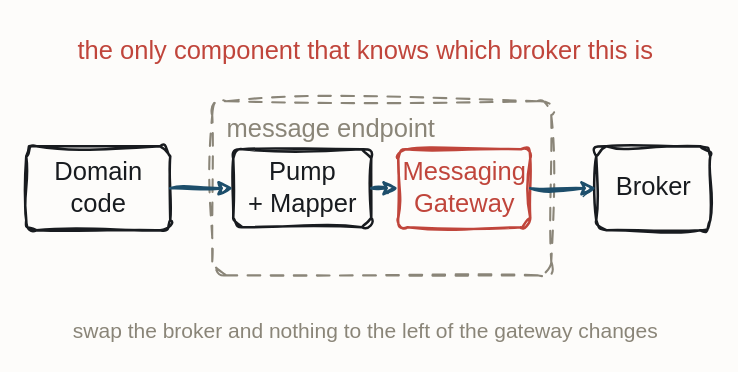
iancooper/practical-messaging keeps this draw.io diagram as resources/eip-messaging-gateway.drawio. Above is the earlier version. Source tidied: cells renumbered, new cells numbered last; positions are measured from the earlier drawing's top-left corner, leaving out a move shared by most shapes. Both pictures are drawn from the tidied source at 150%, with x=0, y=0 at pixel (26, 26).
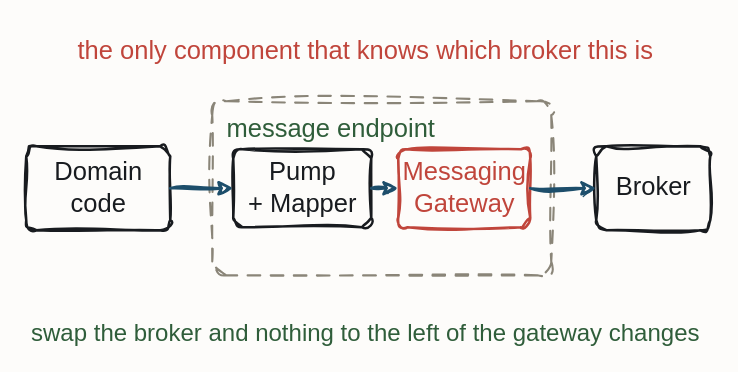
Above is the later version.

Change to the diagram source:
```diff
@@
 <mxGraphModel background="#FDFCFA">
   <root>
     <mxCell id="0" />
     <mxCell id="1" parent="0" />
-    <mxCell id="2" value="message endpoint" style="sketch=1;hachureGap=4;jiggle=2;curveFitting=1;fontFamily=Caveat;html=1;rounded=1;arcSize=8;verticalAlign=top;align=left;spacingLeft=8;spacingTop=2;fillColor=none;strokeColor=#8A8578;strokeWidth=1.4;fontColor=#8A8578;fontSize=17;dashed=1;dashPattern=6 5;" parent="1" vertex="1">
+    <mxCell id="2" value="message endpoint" style="sketch=1;hachureGap=4;jiggle=2;curveFitting=1;fontFamily=Caveat;html=1;rounded=1;arcSize=8;verticalAlign=top;align=left;spacingLeft=8;spacingTop=2;fillColor=none;strokeColor=#8A8578;strokeWidth=1.4;fontColor=#2F5D3A;fontSize=17;dashed=1;dashPattern=6 5;" parent="1" vertex="1">
       <mxGeometry x="124" y="50" width="226" height="116" as="geometry" />
     </mxCell>
     <mxCell id="3" value="Domain&#10;code" style="sketch=1;hachureGap=4;jiggle=2;curveFitting=1;fontFamily=Caveat;html=1;rounded=1;arcSize=12;strokeColor=#181B1F;strokeWidth=1.7;fillColor=none;fontColor=#181B1F;fontSize=17;" parent="1" vertex="1">
       <mxGeometry y="80" width="96" height="56" as="geometry" />
     </mxCell>
     <mxCell id="4" value="Pump&#10;+ Mapper" style="sketch=1;hachureGap=4;jiggle=2;curveFitting=1;fontFamily=Caveat;html=1;rounded=1;arcSize=12;strokeColor=#181B1F;strokeWidth=1.7;fillColor=none;fontColor=#181B1F;fontSize=17;" parent="1" vertex="1">
       <mxGeometry x="138" y="82" width="92" height="52" as="geometry" />
     </mxCell>
     <mxCell id="5" value="Messaging&#10;Gateway" style="sketch=1;hachureGap=4;jiggle=2;curveFitting=1;fontFamily=Caveat;html=1;rounded=1;arcSize=12;strokeColor=#C0453B;strokeWidth=1.7;fillColor=none;fontColor=#C0453B;fontSize=17;" parent="1" vertex="1">
       <mxGeometry x="248" y="82" width="88" height="52" as="geometry" />
     </mxCell>
     <mxCell id="6" value="Broker" style="sketch=1;hachureGap=4;jiggle=2;curveFitting=1;fontFamily=Caveat;html=1;rounded=1;arcSize=12;strokeColor=#181B1F;strokeWidth=1.7;fillColor=none;fontColor=#181B1F;fontSize=17;" parent="1" vertex="1">
       <mxGeometry x="380" y="80" width="76" height="56" as="geometry" />
     </mxCell>
     <mxCell id="7" value="the only component that knows which broker this is" style="text;html=1;align=center;fontFamily=Caveat;fontSize=17;fontColor=#C0453B;" parent="1" vertex="1">
       <mxGeometry x="166" width="120" height="20" as="geometry" />
     </mxCell>
-    <mxCell id="8" value="swap the broker and nothing to the left of the gateway changes" style="text;html=1;align=center;fontFamily=Caveat;fontSize=14;fontColor=#8A8578;" parent="1" vertex="1">
+    <mxCell id="8" value="swap the broker and nothing to the left of the gateway changes" style="text;html=1;align=center;fontFamily=Caveat;fontSize=16;fontColor=#2F5D3A;" parent="1" vertex="1">
       <mxGeometry x="166" y="188" width="120" height="20" as="geometry" />
     </mxCell>
     <mxCell id="9" style="sketch=1;jiggle=2;curveFitting=1;edgeStyle=none;rounded=0;strokeColor=#1D4E6B;strokeWidth=1.8;fontFamily=Caveat;fontSize=17;fontColor=#1D4E6B;html=1;exitX=1.0;exitY=0.5;exitDx=0;exitDy=0;entryX=0.0;entryY=0.5;entryDx=0;entryDy=0;" parent="1" edge="1" source="3" target="4">
       <mxGeometry relative="1" as="geometry" />
     </mxCell>
     <mxCell id="10" style="sketch=1;jiggle=2;curveFitting=1;edgeStyle=none;rounded=0;strokeColor=#1D4E6B;strokeWidth=1.8;fontFamily=Caveat;fontSize=17;fontColor=#1D4E6B;html=1;exitX=1.0;exitY=0.5;exitDx=0;exitDy=0;entryX=0.0;entryY=0.5;entryDx=0;entryDy=0;" parent="1" edge="1" source="4" target="5">
       <mxGeometry relative="1" as="geometry" />
     </mxCell>
     <mxCell id="11" style="sketch=1;jiggle=2;curveFitting=1;edgeStyle=none;rounded=0;strokeColor=#1D4E6B;strokeWidth=1.8;fontFamily=Caveat;fontSize=17;fontColor=#1D4E6B;html=1;exitX=1.0;exitY=0.5;exitDx=0;exitDy=0;entryX=0.0;entryY=0.5;entryDx=0;entryDy=0;" parent="1" edge="1" source="5" target="6">
       <mxGeometry relative="1" as="geometry" />
     </mxCell>
   </root>
 </mxGraphModel>
```
